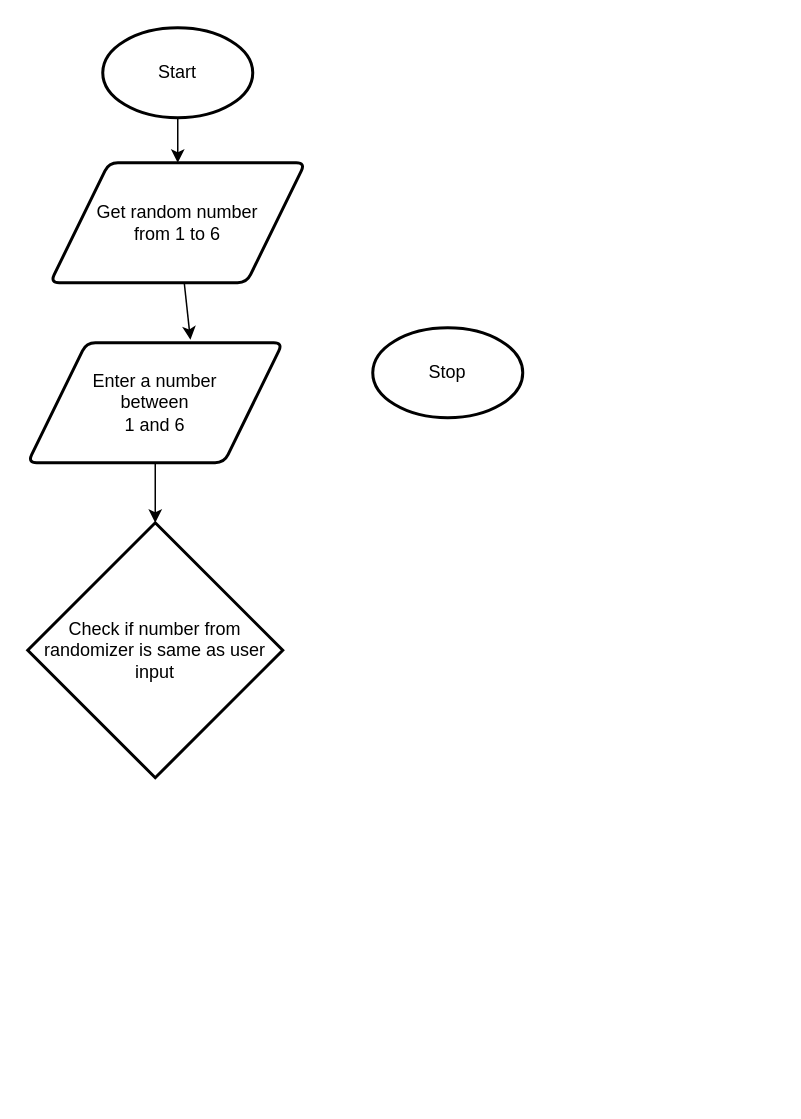
This is flowchart.drawio from MT-Aiden/ICS2O-Unit-5-01-HTML, a draw.io file, before an edit. Source tidied: cells renumbered, new cells numbered last; positions are measured from the earlier drawing's top-left corner, leaving out a move shared by most shapes. Both pictures are drawn from the tidied source at 150%, with x=0, y=0 at pixel (27, 27).
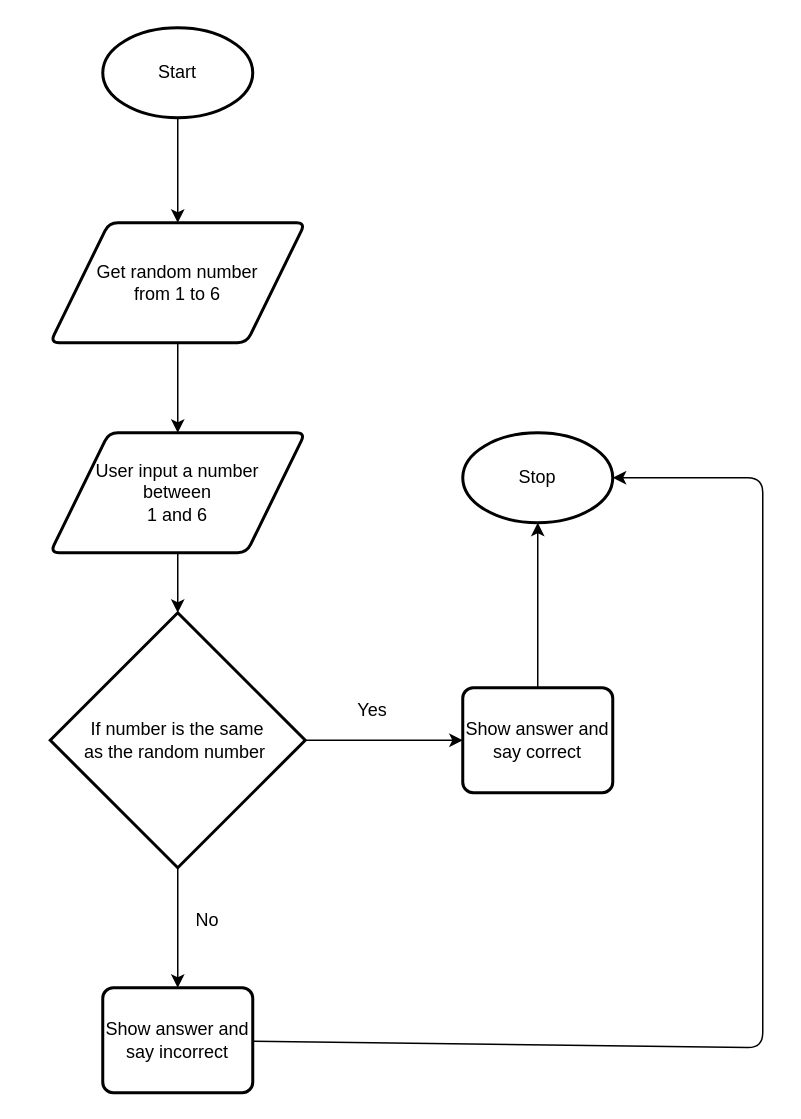
After the change.

The change refers to these unchanged cells:
```xml
<mxCell id="3" value="Start" style="strokeWidth=2;html=1;shape=mxgraph.flowchart.start_1;whiteSpace=wrap;" parent="1" vertex="1">
  <mxGeometry x="50" width="100" height="60" as="geometry" />
</mxCell>
```

What changed in the source:
```diff
@@
-    <mxCell id="2" style="edgeStyle=none;html=1;" parent="1" edge="1" source="3" target="6">
+    <mxCell id="2" style="edgeStyle=none;html=1;entryX=0.5;entryY=0;entryDx=0;entryDy=0;" parent="1" edge="1" source="3" target="6">
       <mxGeometry relative="1" as="geometry" />
     </mxCell>
@@
     <mxCell id="4" value="Stop" style="strokeWidth=2;html=1;shape=mxgraph.flowchart.start_1;whiteSpace=wrap;" parent="1" vertex="1">
-      <mxGeometry x="230" y="200" width="100" height="60" as="geometry" />
+      <mxGeometry x="290" y="270" width="100" height="60" as="geometry" />
     </mxCell>
-    <mxCell id="5" style="edgeStyle=none;html=1;entryX=0.638;entryY=-0.024;entryDx=0;entryDy=0;entryPerimeter=0;" parent="1" edge="1" source="6" target="8">
+    <mxCell id="5" style="edgeStyle=none;html=1;entryX=0.5;entryY=0;entryDx=0;entryDy=0;" parent="1" edge="1" source="6" target="8">
       <mxGeometry relative="1" as="geometry" />
     </mxCell>
     <mxCell id="6" value="Get random number &lt;br&gt;from 1 to 6" style="shape=parallelogram;html=1;strokeWidth=2;perimeter=parallelogramPerimeter;whiteSpace=wrap;rounded=1;arcSize=12;size=0.23;" parent="1" vertex="1">
-      <mxGeometry x="15" y="90" width="170" height="80" as="geometry" />
+      <mxGeometry x="15" y="130" width="170" height="80" as="geometry" />
     </mxCell>
@@
-    <mxCell id="8" value="Enter a number &lt;br&gt;between&lt;br&gt;1 and 6" style="shape=parallelogram;html=1;strokeWidth=2;perimeter=parallelogramPerimeter;whiteSpace=wrap;rounded=1;arcSize=12;size=0.23;" parent="1" vertex="1">
-      <mxGeometry y="210" width="170" height="80" as="geometry" />
+    <mxCell id="8" value="User input a number &lt;br&gt;between&lt;br&gt;1 and 6" style="shape=parallelogram;html=1;strokeWidth=2;perimeter=parallelogramPerimeter;whiteSpace=wrap;rounded=1;arcSize=12;size=0.23;" parent="1" vertex="1">
+      <mxGeometry x="15" y="270" width="170" height="80" as="geometry" />
     </mxCell>
+    <mxCell id="10" style="edgeStyle=none;html=1;" parent="1" edge="1" source="9">
+      <mxGeometry relative="1" as="geometry">
+        <mxPoint x="290" y="475" as="targetPoint" />
+      </mxGeometry>
+    </mxCell>
+    <mxCell id="11" style="edgeStyle=none;html=1;entryX=0.5;entryY=0;entryDx=0;entryDy=0;" parent="1" edge="1" source="9" target="17">
+      <mxGeometry relative="1" as="geometry" />
+    </mxCell>
-    <mxCell id="9" value="Check if number from&lt;br&gt;randomizer is same as user input" style="strokeWidth=2;html=1;shape=mxgraph.flowchart.decision;whiteSpace=wrap;" parent="1" vertex="1">
-      <mxGeometry y="330" width="170" height="170" as="geometry" />
+    <mxCell id="9" value="If number is the same&lt;br&gt;as the random number&amp;nbsp;" style="strokeWidth=2;html=1;shape=mxgraph.flowchart.decision;whiteSpace=wrap;" parent="1" vertex="1">
+      <mxGeometry x="15" y="390" width="170" height="170" as="geometry" />
     </mxCell>
+    <mxCell id="12" style="edgeStyle=none;html=1;entryX=0.5;entryY=1;entryDx=0;entryDy=0;entryPerimeter=0;" parent="1" edge="1" source="13" target="4">
+      <mxGeometry relative="1" as="geometry" />
+    </mxCell>
+    <mxCell id="13" value="Show answer and say correct" style="rounded=1;whiteSpace=wrap;html=1;absoluteArcSize=1;arcSize=14;strokeWidth=2;" parent="1" vertex="1">
+      <mxGeometry x="290" y="440" width="100" height="70" as="geometry" />
+    </mxCell>
+    <mxCell id="14" value="Yes" style="text;html=1;strokeColor=none;fillColor=none;align=center;verticalAlign=middle;whiteSpace=wrap;rounded=0;" parent="1" vertex="1">
+      <mxGeometry x="200" y="440" width="60" height="30" as="geometry" />
+    </mxCell>
+    <mxCell id="15" value="No" style="text;html=1;strokeColor=none;fillColor=none;align=center;verticalAlign=middle;whiteSpace=wrap;rounded=0;" parent="1" vertex="1">
+      <mxGeometry x="90" y="580" width="60" height="30" as="geometry" />
+    </mxCell>
+    <mxCell id="16" style="edgeStyle=none;html=1;entryX=1;entryY=0.5;entryDx=0;entryDy=0;entryPerimeter=0;" parent="1" edge="1" source="17" target="4">
+      <mxGeometry relative="1" as="geometry">
+        <Array as="points">
+          <mxPoint x="490" y="680" />
+          <mxPoint x="490" y="300" />
+        </Array>
+      </mxGeometry>
+    </mxCell>
+    <mxCell id="17" value="Show answer and say incorrect" style="rounded=1;whiteSpace=wrap;html=1;absoluteArcSize=1;arcSize=14;strokeWidth=2;" parent="1" vertex="1">
+      <mxGeometry x="50" y="640" width="100" height="70" as="geometry" />
+    </mxCell>
```
